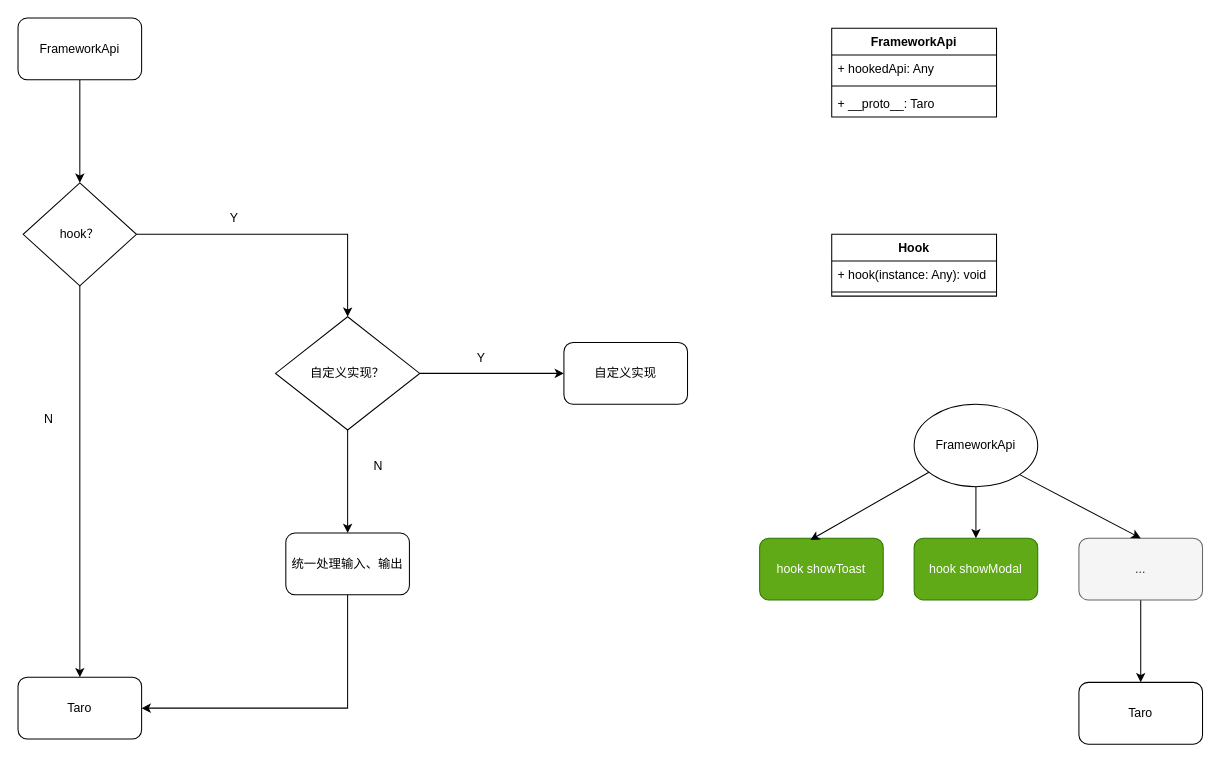
Before: Taro.xx api调用收拢.drawio in Rainbow-556/TechProposal, a draw.io diagram. Source tidied: cells renumbered, new cells numbered last; positions are measured from the earlier drawing's top-left corner, leaving out a move shared by most shapes. Both pictures are drawn from the tidied source at 103%, with x=0, y=0 at pixel (18, 18).
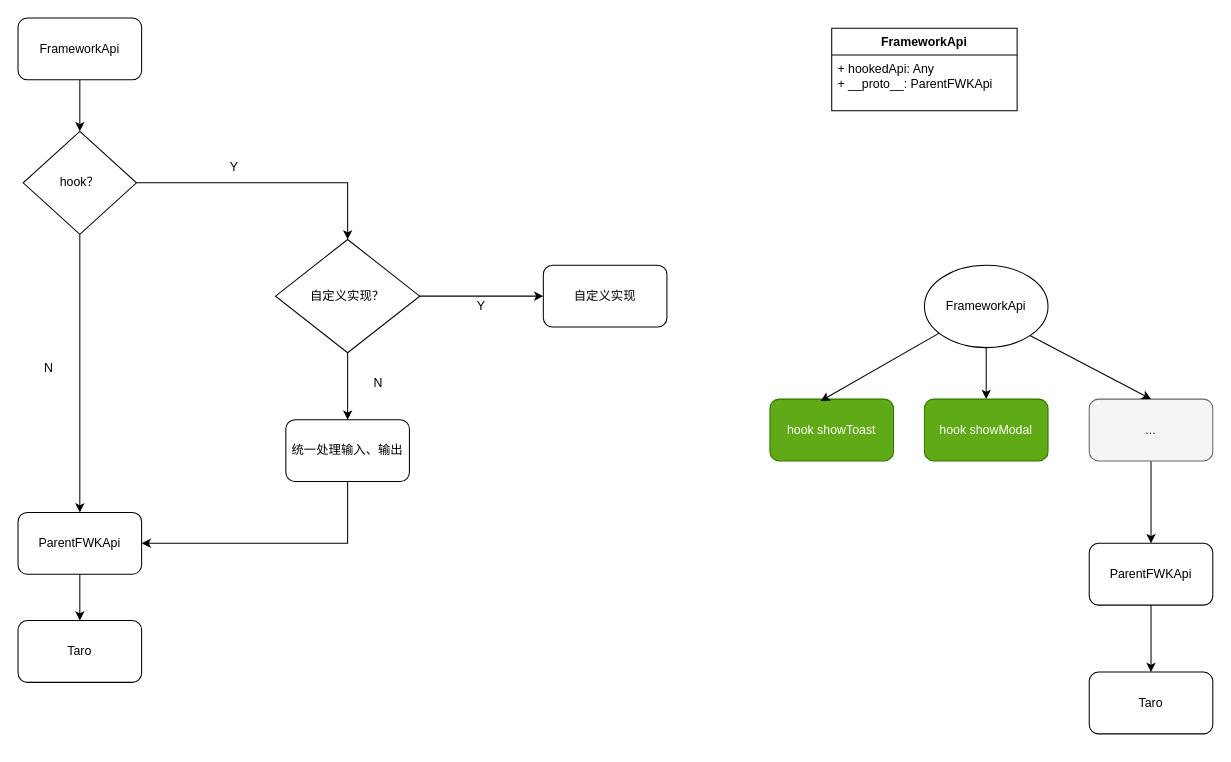
The same diagram, later.

What changed in the source:
```diff
@@
+    <mxCell id="34" style="edgeStyle=orthogonalEdgeStyle;rounded=0;jettySize=auto;html=1;" parent="1" edge="1" source="4" target="36">
+      <mxGeometry relative="1" as="geometry" />
+    </mxCell>
-    <mxCell id="4" value="Taro" style="rounded=1;whiteSpace=wrap;html=1;" parent="1" vertex="1">
-      <mxGeometry y="640" width="120" height="60" as="geometry" />
+    <mxCell id="4" value="ParentFWKApi" style="rounded=1;whiteSpace=wrap;html=1;" parent="1" vertex="1">
+      <mxGeometry y="480" width="120" height="60" as="geometry" />
     </mxCell>
@@
     <mxCell id="7" value="hook？" style="rhombus;whiteSpace=wrap;html=1;" parent="1" vertex="1">
-      <mxGeometry x="5" y="160" width="110" height="100" as="geometry" />
+      <mxGeometry x="5" y="110" width="110" height="100" as="geometry" />
     </mxCell>
@@
     <mxCell id="10" value="自定义实现？" style="rhombus;whiteSpace=wrap;html=1;" parent="1" vertex="1">
-      <mxGeometry x="250" y="290" width="140" height="110" as="geometry" />
+      <mxGeometry x="250" y="215" width="140" height="110" as="geometry" />
     </mxCell>
     <mxCell id="11" value="自定义实现" style="rounded=1;whiteSpace=wrap;html=1;" parent="1" vertex="1">
-      <mxGeometry x="530" y="315" width="120" height="60" as="geometry" />
+      <mxGeometry x="510" y="240" width="120" height="60" as="geometry" />
     </mxCell>
     <mxCell id="12" value="FrameworkApi" style="swimlane;fontStyle=1;align=center;verticalAlign=top;horizontal=1;startSize=26;" parent="1" vertex="1">
-      <mxGeometry x="790" y="10" width="160" height="86" as="geometry" />
+      <mxGeometry x="790" y="10" width="180" height="80" as="geometry" />
     </mxCell>
-    <mxCell id="13" value="+ hookedApi: Any" style="text;strokeColor=none;fillColor=none;align=left;verticalAlign=top;spacingLeft=4;spacingRight=4;overflow=hidden;" parent="12" vertex="1">
-      <mxGeometry y="26" width="160" height="26" as="geometry" />
+    <mxCell id="13" value="+ hookedApi: Any&#10;+ __proto__: ParentFWKApi" style="text;strokeColor=none;fillColor=none;align=left;verticalAlign=top;spacingLeft=4;spacingRight=4;overflow=hidden;" parent="12" vertex="1">
+      <mxGeometry y="26" width="180" height="54" as="geometry" />
     </mxCell>
-    <mxCell id="14" style="line;strokeWidth=1;fillColor=none;align=left;verticalAlign=middle;spacingTop=-1;spacingLeft=3;spacingRight=3;labelPosition=right;" parent="12" vertex="1">
-      <mxGeometry y="52" width="160" height="8" as="geometry" />
-    </mxCell>
-    <mxCell id="15" value="+ __proto__: Taro" style="text;strokeColor=none;fillColor=none;align=left;verticalAlign=top;spacingLeft=4;spacingRight=4;overflow=hidden;" parent="12" vertex="1">
-      <mxGeometry y="60" width="160" height="26" as="geometry" />
-    </mxCell>
-    <mxCell id="16" value="Hook" style="swimlane;fontStyle=1;align=center;verticalAlign=top;horizontal=1;startSize=26;" parent="1" vertex="1">
-      <mxGeometry x="790" y="210" width="160" height="60" as="geometry" />
-    </mxCell>
-    <mxCell id="17" value="+ hook(instance: Any): void" style="text;strokeColor=none;fillColor=none;align=left;verticalAlign=top;spacingLeft=4;spacingRight=4;overflow=hidden;" parent="16" vertex="1">
-      <mxGeometry y="26" width="160" height="26" as="geometry" />
-    </mxCell>
-    <mxCell id="18" style="line;strokeWidth=1;fillColor=none;align=left;verticalAlign=middle;spacingTop=-1;spacingLeft=3;spacingRight=3;labelPosition=right;" parent="16" vertex="1">
-      <mxGeometry y="52" width="160" height="8" as="geometry" />
-    </mxCell>
@@
     <mxCell id="20" value="统一处理输入、输出" style="rounded=1;whiteSpace=wrap;html=1;" parent="1" vertex="1">
-      <mxGeometry x="260" y="500" width="120" height="60" as="geometry" />
+      <mxGeometry x="260" y="390" width="120" height="60" as="geometry" />
     </mxCell>
     <mxCell id="21" value="&lt;span&gt;FrameworkApi&lt;/span&gt;" style="ellipse;whiteSpace=wrap;html=1;" parent="1" vertex="1">
-      <mxGeometry x="870" y="375" width="120" height="80" as="geometry" />
+      <mxGeometry x="880" y="240" width="120" height="80" as="geometry" />
     </mxCell>
     <mxCell id="22" value="hook showToast" style="rounded=1;whiteSpace=wrap;html=1;fillColor=#60a917;strokeColor=#2D7600;fontColor=#ffffff;" parent="1" vertex="1">
-      <mxGeometry x="720" y="505" width="120" height="60" as="geometry" />
+      <mxGeometry x="730" y="370" width="120" height="60" as="geometry" />
     </mxCell>
     <mxCell id="23" value="hook showModal" style="rounded=1;whiteSpace=wrap;html=1;fillColor=#60a917;strokeColor=#2D7600;fontColor=#ffffff;" parent="1" vertex="1">
-      <mxGeometry x="870" y="505" width="120" height="60" as="geometry" />
+      <mxGeometry x="880" y="370" width="120" height="60" as="geometry" />
     </mxCell>
@@
     <mxCell id="27" value="..." style="rounded=1;whiteSpace=wrap;html=1;fillColor=#f5f5f5;fontColor=#333333;strokeColor=#666666;" parent="1" vertex="1">
-      <mxGeometry x="1030" y="505" width="120" height="60" as="geometry" />
+      <mxGeometry x="1040" y="370" width="120" height="60" as="geometry" />
     </mxCell>
+    <mxCell id="35" style="edgeStyle=orthogonalEdgeStyle;rounded=0;jettySize=auto;html=1;" parent="1" edge="1" source="28" target="37">
+      <mxGeometry relative="1" as="geometry" />
+    </mxCell>
-    <mxCell id="28" value="Taro" style="rounded=1;whiteSpace=wrap;html=1;" parent="1" vertex="1">
-      <mxGeometry x="1030" y="645" width="120" height="60" as="geometry" />
+    <mxCell id="28" value="ParentFWKApi" style="rounded=1;whiteSpace=wrap;html=1;" parent="1" vertex="1">
+      <mxGeometry x="1040" y="510" width="120" height="60" as="geometry" />
     </mxCell>
@@
     <mxCell id="30" value="N" style="text;html=1;strokeColor=none;fillColor=none;align=center;verticalAlign=middle;whiteSpace=wrap;rounded=0;" parent="1" vertex="1">
-      <mxGeometry y="375" width="60" height="30" as="geometry" />
+      <mxGeometry y="325" width="60" height="30" as="geometry" />
     </mxCell>
     <mxCell id="31" value="Y" style="text;html=1;strokeColor=none;fillColor=none;align=center;verticalAlign=middle;whiteSpace=wrap;rounded=0;" parent="1" vertex="1">
-      <mxGeometry x="180" y="180" width="60" height="30" as="geometry" />
+      <mxGeometry x="180" y="130" width="60" height="30" as="geometry" />
     </mxCell>
     <mxCell id="32" value="Y" style="text;html=1;strokeColor=none;fillColor=none;align=center;verticalAlign=middle;whiteSpace=wrap;rounded=0;" parent="1" vertex="1">
-      <mxGeometry x="420" y="315" width="60" height="30" as="geometry" />
+      <mxGeometry x="420" y="265" width="60" height="30" as="geometry" />
     </mxCell>
     <mxCell id="33" value="N" style="text;html=1;strokeColor=none;fillColor=none;align=center;verticalAlign=middle;whiteSpace=wrap;rounded=0;" parent="1" vertex="1">
-      <mxGeometry x="320" y="420" width="60" height="30" as="geometry" />
+      <mxGeometry x="320" y="340" width="60" height="30" as="geometry" />
     </mxCell>
+    <mxCell id="36" value="Taro" style="rounded=1;whiteSpace=wrap;html=1;" parent="1" vertex="1">
+      <mxGeometry y="585" width="120" height="60" as="geometry" />
+    </mxCell>
+    <mxCell id="37" value="Taro" style="rounded=1;whiteSpace=wrap;html=1;" parent="1" vertex="1">
+      <mxGeometry x="1040" y="635" width="120" height="60" as="geometry" />
+    </mxCell>
```
